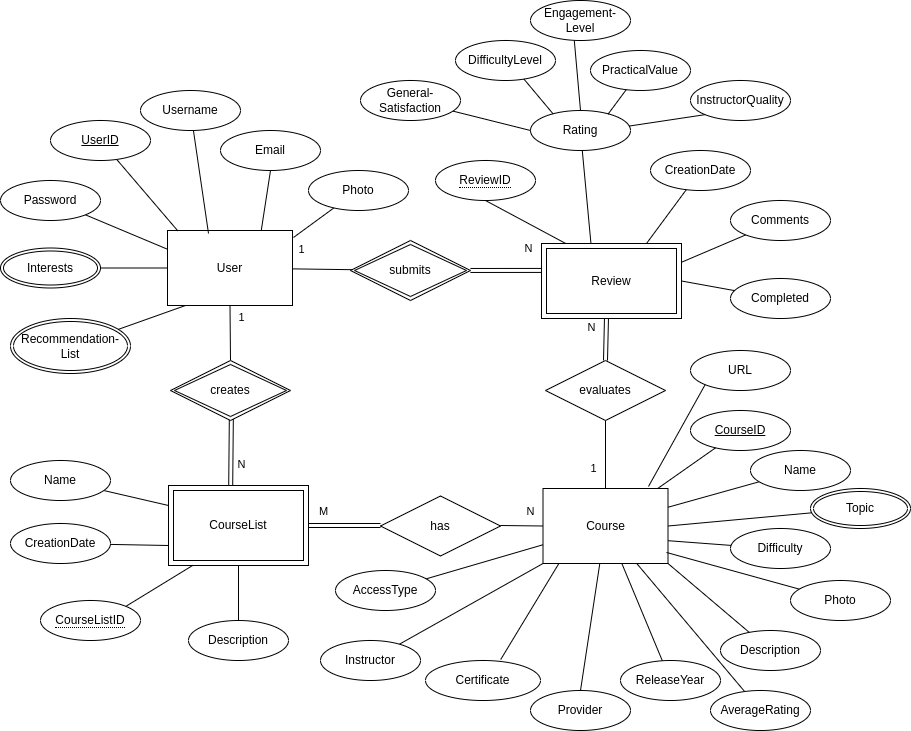
The draw.io diagram images/OnlineCourseReviewer-ER.png in m-berggren/CourseReviewr, before a commit. Source tidied: cells renumbered, new cells last; positions are measured from the earlier drawing's top-left corner, leaving out a move shared by most shapes.
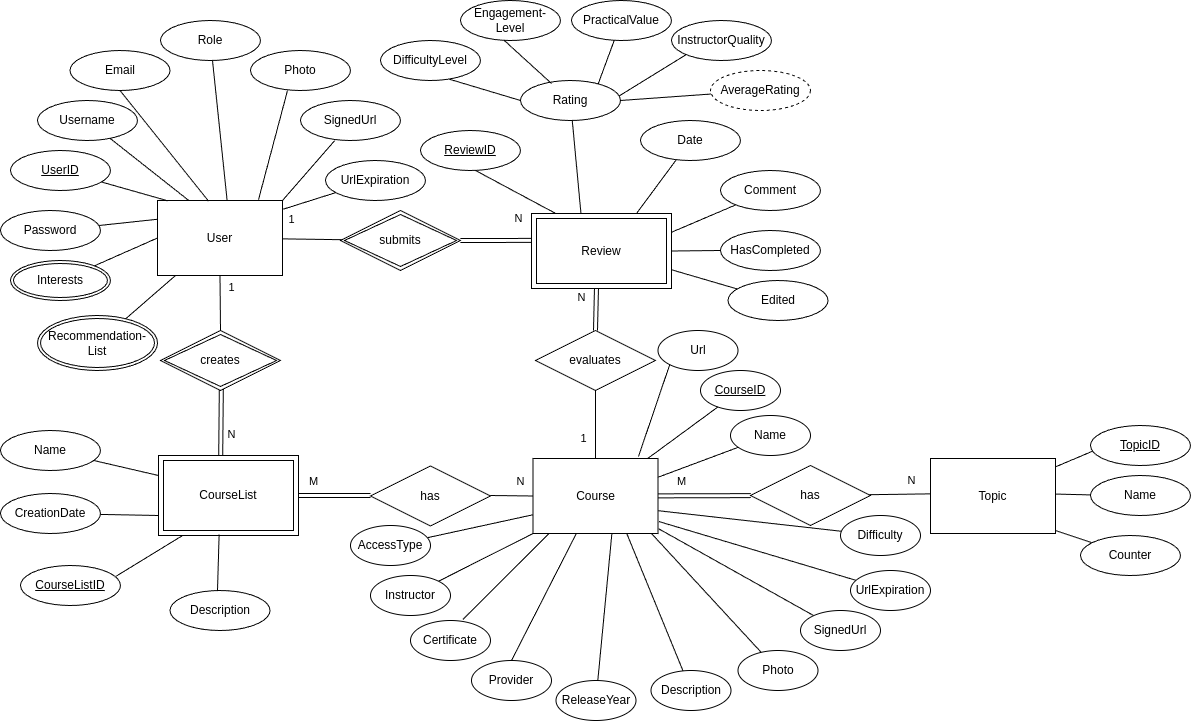
Above is the later version.

Diff of the diagram source:
```diff
@@ -99,3 +99,3 @@
     <mxCell id="26" value="UserID" style="ellipse;whiteSpace=wrap;html=1;align=center;fontStyle=4;" parent="1" vertex="1">
-      <mxGeometry x="50" y="120" width="100" height="40" as="geometry" />
+      <mxGeometry x="20" y="180" width="100" height="40" as="geometry" />
     </mxCell>
@@ -105,9 +105,9 @@
     <mxCell id="28" value="Password" style="ellipse;whiteSpace=wrap;html=1;align=center;" parent="1" vertex="1">
-      <mxGeometry y="180" width="100" height="40" as="geometry" />
+      <mxGeometry x="10" y="240" width="100" height="40" as="geometry" />
     </mxCell>
     <mxCell id="29" value="ReleaseYear" style="ellipse;whiteSpace=wrap;html=1;align=center;" parent="1" vertex="1">
-      <mxGeometry x="620" y="660" width="100" height="40" as="geometry" />
+      <mxGeometry x="565.5" y="710" width="80" height="40" as="geometry" />
     </mxCell>
     <mxCell id="30" value="Description" style="ellipse;whiteSpace=wrap;html=1;align=center;" parent="1" vertex="1">
-      <mxGeometry x="188" y="620" width="100" height="40" as="geometry" />
+      <mxGeometry x="179.5" y="620" width="100" height="40" as="geometry" />
     </mxCell>
@@ -120,13 +120,7 @@
     <mxCell id="33" value="Difficulty" style="ellipse;whiteSpace=wrap;html=1;align=center;" parent="1" vertex="1">
-      <mxGeometry x="730" y="528" width="100" height="40" as="geometry" />
+      <mxGeometry x="850" y="545" width="80" height="40" as="geometry" />
     </mxCell>
     <mxCell id="34" value="CourseID" style="ellipse;whiteSpace=wrap;html=1;align=center;fontStyle=4;" parent="1" vertex="1">
-      <mxGeometry x="690" y="410" width="100" height="40" as="geometry" />
+      <mxGeometry x="710" y="400" width="80" height="40" as="geometry" />
     </mxCell>
-    <mxCell id="35" style="rounded=0;jettySize=auto;html=1;entryX=0.75;entryY=1;entryDx=0;entryDy=0;endArrow=none;endFill=0;" parent="1" edge="1" source="36" target="8">
-      <mxGeometry relative="1" as="geometry" />
-    </mxCell>
-    <mxCell id="36" value="AverageRating" style="ellipse;whiteSpace=wrap;html=1;align=center;" parent="1" vertex="1">
-      <mxGeometry x="710" y="690" width="100" height="40" as="geometry" />
-    </mxCell>
     <mxCell id="37" style="rounded=0;jettySize=auto;html=1;entryX=0;entryY=0.25;entryDx=0;entryDy=0;endArrow=none;endFill=0;" parent="1" edge="1" source="38" target="14">
@@ -141,3 +135,3 @@
     <mxCell id="40" value="Name" style="ellipse;whiteSpace=wrap;html=1;align=center;" parent="1" vertex="1">
-      <mxGeometry x="750" y="450" width="100" height="40" as="geometry" />
+      <mxGeometry x="740" y="445" width="80" height="40" as="geometry" />
     </mxCell>
@@ -146,7 +140,9 @@
     </mxCell>
-    <mxCell id="42" value="Comments" style="ellipse;whiteSpace=wrap;html=1;align=center;" parent="1" vertex="1">
+    <mxCell id="42" value="Comment" style="ellipse;whiteSpace=wrap;html=1;align=center;" parent="1" vertex="1">
       <mxGeometry x="730" y="200" width="100" height="40" as="geometry" />
     </mxCell>
-    <mxCell id="43" style="rounded=0;jettySize=auto;html=1;endArrow=none;endFill=0;entryX=0.5;entryY=1;entryDx=0;entryDy=0;" parent="1" edge="1" source="30" target="14">
-      <mxGeometry relative="1" as="geometry" />
+    <mxCell id="43" style="rounded=0;jettySize=auto;html=1;endArrow=none;endFill=0;entryX=0.433;entryY=0.988;entryDx=0;entryDy=0;entryPerimeter=0;" parent="1" edge="1" target="14">
+      <mxGeometry relative="1" as="geometry">
+        <mxPoint x="227" y="620" as="sourcePoint" />
+      </mxGeometry>
     </mxCell>
@@ -156,3 +152,3 @@
     <mxCell id="45" value="Interests" style="ellipse;shape=doubleEllipse;margin=3;whiteSpace=wrap;html=1;align=center;" parent="1" vertex="1">
-      <mxGeometry y="247.5" width="100" height="40" as="geometry" />
+      <mxGeometry x="20" y="290" width="100" height="40" as="geometry" />
     </mxCell>
@@ -162,3 +158,3 @@
     <mxCell id="47" value="Recommendation-List" style="ellipse;shape=doubleEllipse;margin=3;whiteSpace=wrap;html=1;align=center;" parent="1" vertex="1">
-      <mxGeometry x="10" y="318" width="120" height="55" as="geometry" />
+      <mxGeometry x="47" y="345" width="120" height="55" as="geometry" />
     </mxCell>
@@ -173,13 +169,13 @@
     </mxCell>
-    <mxCell id="51" value="CreationDate" style="ellipse;whiteSpace=wrap;html=1;align=center;" parent="1" vertex="1">
+    <mxCell id="51" value="Date" style="ellipse;whiteSpace=wrap;html=1;align=center;" parent="1" vertex="1">
       <mxGeometry x="650" y="150" width="100" height="40" as="geometry" />
     </mxCell>
-    <mxCell id="52" value="Completed" style="ellipse;whiteSpace=wrap;html=1;align=center;" parent="1" vertex="1">
-      <mxGeometry x="730" y="278" width="100" height="40" as="geometry" />
+    <mxCell id="52" value="HasCompleted" style="ellipse;whiteSpace=wrap;html=1;align=center;" parent="1" vertex="1">
+      <mxGeometry x="730" y="260" width="100" height="40" as="geometry" />
     </mxCell>
     <mxCell id="53" value="Description" style="ellipse;whiteSpace=wrap;html=1;align=center;" parent="1" vertex="1">
-      <mxGeometry x="720" y="630" width="100" height="40" as="geometry" />
+      <mxGeometry x="660.5" y="700" width="80" height="40" as="geometry" />
     </mxCell>
     <mxCell id="54" value="Provider" style="ellipse;whiteSpace=wrap;html=1;align=center;" parent="1" vertex="1">
-      <mxGeometry x="530" y="690" width="100" height="40" as="geometry" />
+      <mxGeometry x="481" y="690" width="80" height="40" as="geometry" />
     </mxCell>
@@ -189,10 +185,4 @@
     <mxCell id="56" value="AccessType" style="ellipse;whiteSpace=wrap;html=1;align=center;" parent="1" vertex="1">
-      <mxGeometry x="335" y="570" width="100" height="40" as="geometry" />
+      <mxGeometry x="360" y="555" width="80" height="40" as="geometry" />
     </mxCell>
-    <mxCell id="57" style="rounded=0;jettySize=auto;html=1;entryX=1;entryY=0.5;entryDx=0;entryDy=0;endArrow=none;endFill=0;" parent="1" edge="1" source="58" target="8">
-      <mxGeometry relative="1" as="geometry" />
-    </mxCell>
-    <mxCell id="58" value="Topic" style="ellipse;shape=doubleEllipse;margin=3;whiteSpace=wrap;html=1;align=center;" parent="1" vertex="1">
-      <mxGeometry x="810" y="488" width="100" height="40" as="geometry" />
-    </mxCell>
     <mxCell id="59" style="rounded=0;jettySize=auto;html=1;entryX=1;entryY=0.5;entryDx=0;entryDy=0;endArrow=none;endFill=0;" parent="1" edge="1" source="52" target="11">
@@ -201,9 +191,8 @@
     <mxCell id="60" value="Certificate" style="ellipse;whiteSpace=wrap;html=1;align=center;" parent="1" vertex="1">
-      <mxGeometry x="425" y="660" width="115" height="40" as="geometry" />
+      <mxGeometry x="420" y="650" width="80" height="40" as="geometry" />
     </mxCell>
-    <mxCell id="61" value="&lt;span style=&quot;border-bottom: 1px dotted&quot;&gt;CourseListID&lt;/span&gt;" style="ellipse;whiteSpace=wrap;html=1;align=center;" parent="1" vertex="1">
-      <mxGeometry x="40" y="600" width="100" height="40" as="geometry" />
-    </mxCell>
-    <mxCell id="62" style="endArrow=none;html=1;rounded=0;exitX=1;exitY=0;exitDx=0;exitDy=0;entryX=0.174;entryY=0.998;entryDx=0;entryDy=0;entryPerimeter=0;" parent="1" edge="1" source="61" target="14">
-      <mxGeometry relative="1" as="geometry" />
+    <mxCell id="62" style="endArrow=none;html=1;rounded=0;exitX=1;exitY=0;exitDx=0;exitDy=0;entryX=0.174;entryY=0.998;entryDx=0;entryDy=0;entryPerimeter=0;" parent="1" edge="1" target="14">
+      <mxGeometry relative="1" as="geometry">
+        <mxPoint x="125.4" y="605.9" as="sourcePoint" />
+      </mxGeometry>
     </mxCell>
@@ -215,3 +204,3 @@
     </mxCell>
-    <mxCell id="65" style="rounded=0;jettySize=auto;html=1;endArrow=none;endFill=0;entryX=1;entryY=1;entryDx=0;entryDy=0;" parent="1" edge="1" source="53" target="8">
+    <mxCell id="65" style="rounded=0;jettySize=auto;html=1;endArrow=none;endFill=0;entryX=0.75;entryY=1;entryDx=0;entryDy=0;" parent="1" edge="1" source="53" target="8">
       <mxGeometry relative="1" as="geometry" />
@@ -224,3 +213,3 @@
     </mxCell>
-    <mxCell id="68" style="rounded=0;jettySize=auto;html=1;entryX=0.75;entryY=0;entryDx=0;entryDy=0;endArrow=none;endFill=0;exitX=0.5;exitY=1;exitDx=0;exitDy=0;" parent="1" edge="1" source="69" target="4">
+    <mxCell id="68" style="rounded=0;jettySize=auto;html=1;entryX=0.408;entryY=0.008;entryDx=0;entryDy=0;endArrow=none;endFill=0;exitX=0.5;exitY=1;exitDx=0;exitDy=0;entryPerimeter=0;" parent="1" edge="1" source="69" target="4">
       <mxGeometry relative="1" as="geometry" />
@@ -228,29 +217,25 @@
     <mxCell id="69" value="Email" style="ellipse;whiteSpace=wrap;html=1;align=center;" parent="1" vertex="1">
-      <mxGeometry x="220" y="130" width="100" height="40" as="geometry" />
+      <mxGeometry x="79.5" y="80" width="100" height="40" as="geometry" />
     </mxCell>
-    <mxCell id="70" style="rounded=0;jettySize=auto;html=1;endArrow=none;endFill=0;entryX=0.171;entryY=-0.002;entryDx=0;entryDy=0;entryPerimeter=0;exitX=0.5;exitY=1;exitDx=0;exitDy=0;" parent="1" edge="1" source="83" target="11">
-      <mxGeometry relative="1" as="geometry" />
+    <mxCell id="70" style="rounded=0;jettySize=auto;html=1;endArrow=none;endFill=0;entryX=0.171;entryY=-0.002;entryDx=0;entryDy=0;entryPerimeter=0;exitX=0.5;exitY=1;exitDx=0;exitDy=0;" parent="1" edge="1" target="11">
+      <mxGeometry relative="1" as="geometry">
+        <mxPoint x="485" y="200" as="sourcePoint" />
+      </mxGeometry>
     </mxCell>
-    <mxCell id="71" style="rounded=0;jettySize=auto;html=1;entryX=0;entryY=0.5;entryDx=0;entryDy=0;endArrow=none;endFill=0;" parent="1" edge="1" source="72" target="49">
-      <mxGeometry relative="1" as="geometry" />
-    </mxCell>
-    <mxCell id="72" value="General-&lt;span style=&quot;background-color: initial;&quot;&gt;Satisfaction&lt;/span&gt;" style="ellipse;whiteSpace=wrap;html=1;align=center;" parent="1" vertex="1">
-      <mxGeometry x="360" y="80" width="100" height="40" as="geometry" />
-    </mxCell>
     <mxCell id="73" value="DifficultyLevel" style="ellipse;whiteSpace=wrap;html=1;align=center;" parent="1" vertex="1">
-      <mxGeometry x="455" y="40" width="100" height="40" as="geometry" />
+      <mxGeometry x="390" y="70" width="100" height="40" as="geometry" />
     </mxCell>
     <mxCell id="74" value="Engagement-Level" style="ellipse;whiteSpace=wrap;html=1;align=center;" parent="1" vertex="1">
-      <mxGeometry x="530" width="100" height="40" as="geometry" />
+      <mxGeometry x="470" y="30" width="100" height="40" as="geometry" />
     </mxCell>
     <mxCell id="75" value="PracticalValue" style="ellipse;whiteSpace=wrap;html=1;align=center;" parent="1" vertex="1">
-      <mxGeometry x="590" y="50" width="100" height="40" as="geometry" />
+      <mxGeometry x="581" y="30" width="100" height="40" as="geometry" />
     </mxCell>
     <mxCell id="76" value="InstructorQuality" style="ellipse;whiteSpace=wrap;html=1;align=center;" parent="1" vertex="1">
-      <mxGeometry x="690" y="80" width="100" height="40" as="geometry" />
+      <mxGeometry x="681" y="50" width="100" height="40" as="geometry" />
     </mxCell>
-    <mxCell id="77" style="rounded=0;jettySize=auto;html=1;endArrow=none;endFill=0;exitX=0.684;exitY=0.964;exitDx=0;exitDy=0;exitPerimeter=0;entryX=0.228;entryY=0.09;entryDx=0;entryDy=0;entryPerimeter=0;" parent="1" edge="1" source="73" target="49">
+    <mxCell id="77" style="rounded=0;jettySize=auto;html=1;endArrow=none;endFill=0;exitX=0.684;exitY=0.964;exitDx=0;exitDy=0;exitPerimeter=0;entryX=0;entryY=0.5;entryDx=0;entryDy=0;" parent="1" edge="1" source="73" target="49">
       <mxGeometry relative="1" as="geometry" />
     </mxCell>
-    <mxCell id="78" style="rounded=0;jettySize=auto;html=1;entryX=0.5;entryY=0;entryDx=0;entryDy=0;endArrow=none;endFill=0;exitX=0.438;exitY=1;exitDx=0;exitDy=0;exitPerimeter=0;" parent="1" edge="1" source="74" target="49">
+    <mxCell id="78" style="rounded=0;jettySize=auto;html=1;entryX=0.31;entryY=0.075;entryDx=0;entryDy=0;endArrow=none;endFill=0;exitX=0.438;exitY=1;exitDx=0;exitDy=0;exitPerimeter=0;entryPerimeter=0;" parent="1" edge="1" source="74" target="49">
       <mxGeometry relative="1" as="geometry" />
@@ -269,12 +254,9 @@
     </mxCell>
-    <mxCell id="83" value="&lt;span style=&quot;border-bottom: 1px dotted&quot;&gt;ReviewID&lt;/span&gt;" style="ellipse;whiteSpace=wrap;html=1;align=center;" parent="1" vertex="1">
-      <mxGeometry x="435" y="160" width="100" height="40" as="geometry" />
-    </mxCell>
-    <mxCell id="84" style="rounded=0;jettySize=auto;html=1;entryX=1.008;entryY=0.093;entryDx=0;entryDy=0;endArrow=none;endFill=0;entryPerimeter=0;" parent="1" edge="1" source="85" target="4">
+    <mxCell id="84" style="rounded=0;jettySize=auto;html=1;endArrow=none;endFill=0;entryX=0.557;entryY=0.001;entryDx=0;entryDy=0;entryPerimeter=0;" parent="1" edge="1" source="85" target="4">
       <mxGeometry relative="1" as="geometry" />
     </mxCell>
-    <mxCell id="85" value="Photo" style="ellipse;whiteSpace=wrap;html=1;align=center;" parent="1" vertex="1">
-      <mxGeometry x="308" y="170" width="100" height="40" as="geometry" />
+    <mxCell id="85" value="Role" style="ellipse;whiteSpace=wrap;html=1;align=center;" parent="1" vertex="1">
+      <mxGeometry x="170" y="50" width="100" height="40" as="geometry" />
     </mxCell>
-    <mxCell id="86" style="rounded=0;jettySize=auto;html=1;entryX=0.988;entryY=0.853;entryDx=0;entryDy=0;endArrow=none;endFill=0;entryPerimeter=0;" parent="1" edge="1" source="87" target="8">
+    <mxCell id="86" style="rounded=0;jettySize=auto;html=1;endArrow=none;endFill=0;entryX=0.951;entryY=1.006;entryDx=0;entryDy=0;entryPerimeter=0;" parent="1" edge="1" source="87" target="8">
       <mxGeometry relative="1" as="geometry" />
@@ -282,8 +264,8 @@
     <mxCell id="87" value="Photo" style="ellipse;whiteSpace=wrap;html=1;align=center;" parent="1" vertex="1">
-      <mxGeometry x="790" y="580" width="100" height="40" as="geometry" />
+      <mxGeometry x="747.5" y="680" width="80" height="40" as="geometry" />
     </mxCell>
     <mxCell id="88" value="Username" style="ellipse;whiteSpace=wrap;html=1;align=center;" parent="1" vertex="1">
-      <mxGeometry x="140" y="90" width="100" height="40" as="geometry" />
+      <mxGeometry x="47" y="130" width="100" height="40" as="geometry" />
     </mxCell>
-    <mxCell id="89" style="rounded=0;jettySize=auto;html=1;entryX=0.328;entryY=0.04;entryDx=0;entryDy=0;entryPerimeter=0;endArrow=none;endFill=0;" parent="1" edge="1" source="88" target="4">
+    <mxCell id="89" style="rounded=0;jettySize=auto;html=1;entryX=0.25;entryY=0;entryDx=0;entryDy=0;endArrow=none;endFill=0;" parent="1" edge="1" source="88" target="4">
       <mxGeometry relative="1" as="geometry" />
@@ -294,6 +276,6 @@
     <mxCell id="91" value="Instructor" style="ellipse;whiteSpace=wrap;html=1;align=center;" parent="1" vertex="1">
-      <mxGeometry x="320" y="640" width="100" height="40" as="geometry" />
+      <mxGeometry x="380" y="605" width="80" height="40" as="geometry" />
     </mxCell>
-    <mxCell id="92" value="URL" style="ellipse;whiteSpace=wrap;html=1;align=center;" parent="1" vertex="1">
-      <mxGeometry x="690" y="350" width="100" height="40" as="geometry" />
+    <mxCell id="92" value="Url" style="ellipse;whiteSpace=wrap;html=1;align=center;" parent="1" vertex="1">
+      <mxGeometry x="667.5" y="360" width="80" height="40" as="geometry" />
     </mxCell>
@@ -302,2 +284,104 @@
     </mxCell>
+    <mxCell id="94" style="rounded=0;orthogonalLoop=1;jettySize=auto;html=1;endArrow=none;endFill=0;" parent="1" edge="1">
+      <mxGeometry relative="1" as="geometry">
+        <mxPoint x="1105.2" y="479.4" as="sourcePoint" />
+        <mxPoint x="1065" y="496.4" as="targetPoint" />
+      </mxGeometry>
+    </mxCell>
+    <mxCell id="95" style="rounded=0;jettySize=auto;html=1;entryX=1;entryY=1;entryDx=0;entryDy=0;endArrow=none;endFill=0;" parent="1" edge="1" source="96">
+      <mxGeometry relative="1" as="geometry">
+        <mxPoint x="1065" y="560" as="targetPoint" />
+      </mxGeometry>
+    </mxCell>
+    <mxCell id="96" value="Counter" style="ellipse;whiteSpace=wrap;html=1;align=center;" parent="1" vertex="1">
+      <mxGeometry x="1090" y="565" width="100" height="40" as="geometry" />
+    </mxCell>
+    <mxCell id="97" style="rounded=0;jettySize=auto;html=1;endArrow=none;endFill=0;" parent="1" edge="1" source="98">
+      <mxGeometry relative="1" as="geometry">
+        <mxPoint x="1065" y="523.6" as="targetPoint" />
+      </mxGeometry>
+    </mxCell>
+    <mxCell id="98" value="Name" style="ellipse;whiteSpace=wrap;html=1;align=center;" parent="1" vertex="1">
+      <mxGeometry x="1100" y="505" width="100" height="40" as="geometry" />
+    </mxCell>
+    <mxCell id="99" style="rounded=0;jettySize=auto;html=1;entryX=0.808;entryY=-0.011;entryDx=0;entryDy=0;entryPerimeter=0;endArrow=none;endFill=0;exitX=0.37;exitY=1.002;exitDx=0;exitDy=0;exitPerimeter=0;" parent="1" edge="1" source="100" target="4">
+      <mxGeometry relative="1" as="geometry" />
+    </mxCell>
+    <mxCell id="100" value="Photo" style="ellipse;whiteSpace=wrap;html=1;align=center;" parent="1" vertex="1">
+      <mxGeometry x="260" y="80" width="100" height="40" as="geometry" />
+    </mxCell>
+    <mxCell id="101" style="rounded=0;jettySize=auto;html=1;endArrow=none;endFill=0;" parent="1" edge="1" source="36">
+      <mxGeometry relative="1" as="geometry">
+        <mxPoint x="630" y="130" as="targetPoint" />
+      </mxGeometry>
+    </mxCell>
+    <mxCell id="36" value="AverageRating" style="ellipse;whiteSpace=wrap;html=1;align=center;dashed=1;" parent="1" vertex="1">
+      <mxGeometry x="720" y="100" width="100" height="40" as="geometry" />
+    </mxCell>
+    <mxCell id="102" style="rounded=0;jettySize=auto;html=1;endArrow=none;endFill=0;shape=link;" parent="1" edge="1" target="8">
+      <mxGeometry relative="1" as="geometry">
+        <mxPoint x="760.3" y="525.1" as="sourcePoint" />
+      </mxGeometry>
+    </mxCell>
+    <mxCell id="103" value="M" style="edgeLabel;html=1;align=center;verticalAlign=middle;" parent="102" vertex="1">
+      <mxGeometry x="-0.01" y="1" relative="1" as="geometry">
+        <mxPoint x="-24" y="-16" as="offset" />
+      </mxGeometry>
+    </mxCell>
+    <mxCell id="104" style="rounded=0;orthogonalLoop=1;jettySize=auto;html=1;endArrow=none;endFill=0;" parent="1" edge="1">
+      <mxGeometry relative="1" as="geometry">
+        <mxPoint x="878.4" y="524.2" as="sourcePoint" />
+        <mxPoint x="940" y="523.4" as="targetPoint" />
+      </mxGeometry>
+    </mxCell>
+    <mxCell id="105" value="N" style="edgeLabel;html=1;align=center;verticalAlign=middle;" parent="104" vertex="1">
+      <mxGeometry x="0.06" y="2" relative="1" as="geometry">
+        <mxPoint x="9" y="-12" as="offset" />
+      </mxGeometry>
+    </mxCell>
+    <mxCell id="58" value="Topic" style="whiteSpace=wrap;html=1;align=center;" parent="1" vertex="1">
+      <mxGeometry x="940" y="488" width="125" height="75" as="geometry" />
+    </mxCell>
+    <mxCell id="106" value="has" style="shape=rhombus;perimeter=rhombusPerimeter;whiteSpace=wrap;html=1;align=center;" parent="1" vertex="1">
+      <mxGeometry x="760" y="495" width="120" height="60" as="geometry" />
+    </mxCell>
+    <mxCell id="107" style="rounded=0;jettySize=auto;html=1;entryX=1;entryY=0;entryDx=0;entryDy=0;exitX=0.342;exitY=1.002;exitDx=0;exitDy=0;endArrow=none;endFill=0;exitPerimeter=0;" parent="1" edge="1" source="108" target="4">
+      <mxGeometry relative="1" as="geometry" />
+    </mxCell>
+    <mxCell id="108" value="SignedUrl" style="ellipse;whiteSpace=wrap;html=1;align=center;" parent="1" vertex="1">
+      <mxGeometry x="310" y="130" width="100" height="40" as="geometry" />
+    </mxCell>
+    <mxCell id="109" style="rounded=0;jettySize=auto;html=1;endArrow=none;endFill=0;entryX=1.006;entryY=0.116;entryDx=0;entryDy=0;entryPerimeter=0;" parent="1" edge="1" source="110" target="4">
+      <mxGeometry relative="1" as="geometry" />
+    </mxCell>
+    <mxCell id="110" value="UrlExpiration" style="ellipse;whiteSpace=wrap;html=1;align=center;" parent="1" vertex="1">
+      <mxGeometry x="335" y="190" width="100" height="40" as="geometry" />
+    </mxCell>
+    <mxCell id="111" style="rounded=0;jettySize=auto;html=1;entryX=1.004;entryY=0.936;entryDx=0;entryDy=0;entryPerimeter=0;endArrow=none;endFill=0;" parent="1" edge="1" source="112" target="8">
+      <mxGeometry relative="1" as="geometry" />
+    </mxCell>
+    <mxCell id="112" value="SignedUrl" style="ellipse;whiteSpace=wrap;html=1;align=center;" parent="1" vertex="1">
+      <mxGeometry x="810" y="640" width="80" height="40" as="geometry" />
+    </mxCell>
+    <mxCell id="113" style="rounded=0;jettySize=auto;html=1;entryX=1.008;entryY=0.841;entryDx=0;entryDy=0;entryPerimeter=0;endArrow=none;endFill=0;" parent="1" edge="1" source="114" target="8">
+      <mxGeometry relative="1" as="geometry" />
+    </mxCell>
+    <mxCell id="114" value="UrlExpiration" style="ellipse;whiteSpace=wrap;html=1;align=center;" parent="1" vertex="1">
+      <mxGeometry x="860" y="600" width="80" height="40" as="geometry" />
+    </mxCell>
+    <mxCell id="115" value="TopicID" style="ellipse;whiteSpace=wrap;html=1;align=center;fontStyle=4;" parent="1" vertex="1">
+      <mxGeometry x="1100" y="455" width="100" height="40" as="geometry" />
+    </mxCell>
+    <mxCell id="83" value="ReviewID" style="ellipse;whiteSpace=wrap;html=1;align=center;fontStyle=4;" parent="1" vertex="1">
+      <mxGeometry x="430" y="160" width="100" height="40" as="geometry" />
+    </mxCell>
+    <mxCell id="61" value="CourseListID" style="ellipse;whiteSpace=wrap;html=1;align=center;fontStyle=4;" parent="1" vertex="1">
+      <mxGeometry x="30" y="595" width="100" height="40" as="geometry" />
+    </mxCell>
+    <mxCell id="116" style="rounded=0;jettySize=auto;html=1;entryX=1;entryY=0.75;entryDx=0;entryDy=0;endArrow=none;endFill=0;" parent="1" edge="1" source="117" target="11">
+      <mxGeometry relative="1" as="geometry" />
+    </mxCell>
+    <mxCell id="117" value="Edited" style="ellipse;whiteSpace=wrap;html=1;align=center;" parent="1" vertex="1">
+      <mxGeometry x="737.5" y="310" width="100" height="40" as="geometry" />
+    </mxCell>
   </root>
```
